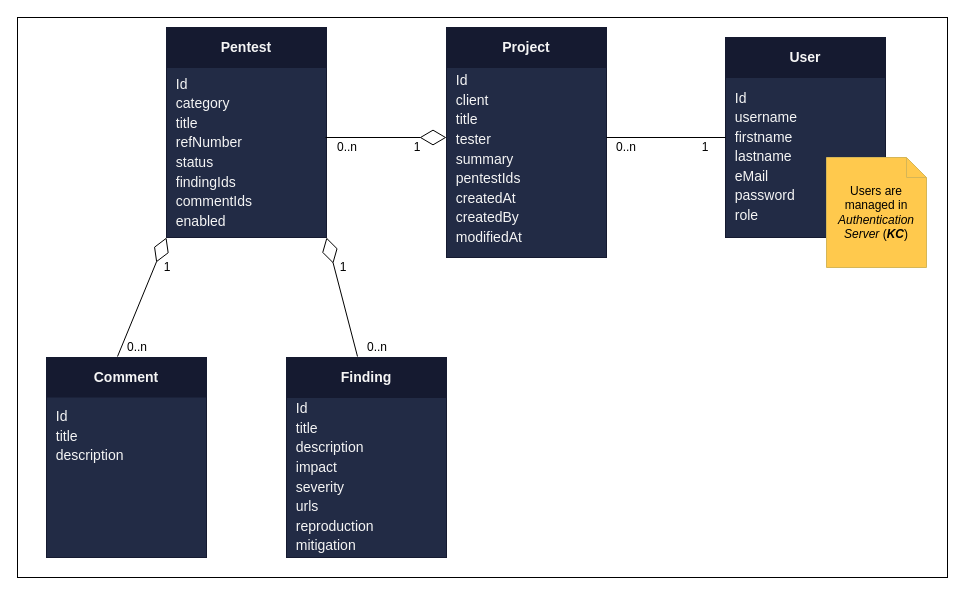
This is page "Datastructure" (2 of 5) of wiki/C4PO.drawio from marcel-haag/security-c4po, a draw.io file, before an edit. Source tidied: cells renumbered, new cells numbered last; positions are measured from the earlier drawing's top-left corner, leaving out a move shared by most shapes. Both pictures are drawn from the tidied source at 100%, with x=0, y=0 at pixel (17, 17).
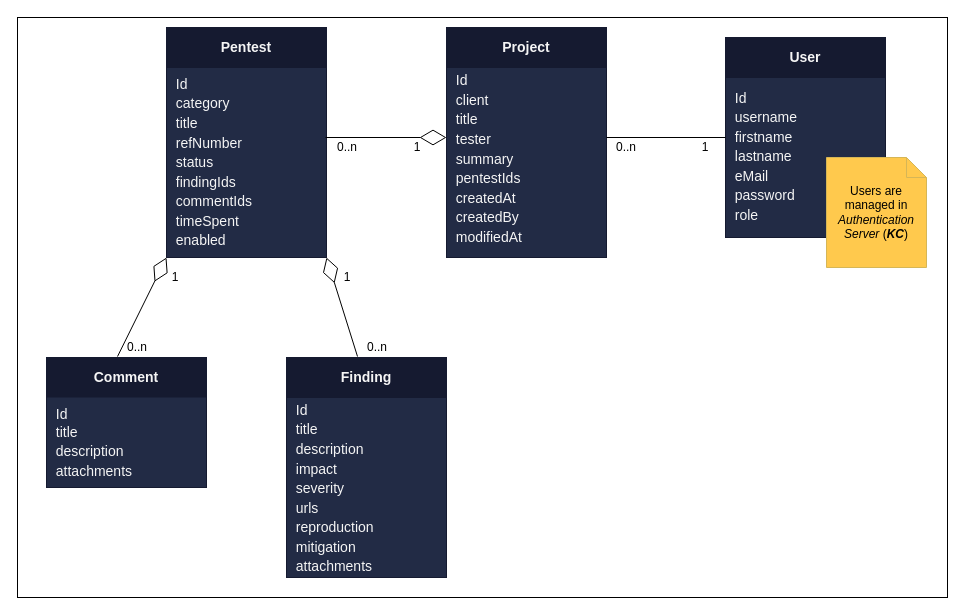
The same page after the edit.

Change to the diagram source:
```diff
@@
     <mxCell id="2" style="rounded=0;whiteSpace=wrap;html=1;" parent="1" vertex="1">
-      <mxGeometry width="930" height="560" as="geometry" />
+      <mxGeometry width="930" height="580" as="geometry" />
     </mxCell>
@@
-    <mxCell id="9" value="&lt;div&gt;&lt;span style=&quot;font-size: 14px&quot;&gt;&lt;font color=&quot;#f5f5f5&quot;&gt;&lt;br&gt;&lt;/font&gt;&lt;/span&gt;&lt;/div&gt;&lt;font style=&quot;font-size: 14px ; line-height: 140%&quot;&gt;&lt;div&gt;&lt;span&gt;&lt;font color=&quot;#f5f5f5&quot;&gt;&amp;nbsp; Id&lt;/font&gt;&lt;/span&gt;&lt;/div&gt;&lt;div&gt;&lt;span&gt;&lt;font color=&quot;#f5f5f5&quot;&gt;&amp;nbsp; title&lt;br&gt;&lt;/font&gt;&lt;/span&gt;&lt;/div&gt;&lt;div&gt;&lt;span&gt;&lt;font color=&quot;#f5f5f5&quot;&gt;&amp;nbsp; description&lt;/font&gt;&lt;/span&gt;&lt;/div&gt;&lt;div&gt;&lt;span&gt;&lt;font color=&quot;#f5f5f5&quot;&gt;&lt;br&gt;&lt;/font&gt;&lt;/span&gt;&lt;/div&gt;&lt;div&gt;&lt;span&gt;&lt;font color=&quot;#f5f5f5&quot;&gt;&lt;br&gt;&lt;/font&gt;&lt;/span&gt;&lt;/div&gt;&lt;div&gt;&lt;span&gt;&lt;br&gt;&lt;/span&gt;&lt;/div&gt;&lt;/font&gt;" style="rounded=0;whiteSpace=wrap;html=1;align=left;strokeColor=#151A30;fillColor=#222B45;" parent="1" vertex="1">
-      <mxGeometry x="29" y="340" width="160" height="200" as="geometry" />
+    <mxCell id="9" value="&lt;div&gt;&lt;span style=&quot;color: rgb(245 , 245 , 245) ; font-size: 14px&quot;&gt;&amp;nbsp;&amp;nbsp;&lt;/span&gt;&lt;/div&gt;&lt;div&gt;&lt;span style=&quot;color: rgb(245 , 245 , 245) ; font-size: 14px&quot;&gt;&lt;br&gt;&lt;/span&gt;&lt;/div&gt;&lt;div&gt;&lt;span style=&quot;color: rgb(245 , 245 , 245) ; font-size: 14px&quot;&gt;&lt;br&gt;&lt;/span&gt;&lt;/div&gt;&lt;div&gt;&lt;span style=&quot;color: rgb(245 , 245 , 245) ; font-size: 14px&quot;&gt;&lt;br&gt;&lt;/span&gt;&lt;/div&gt;&lt;div&gt;&lt;span style=&quot;color: rgb(245 , 245 , 245) ; font-size: 14px&quot;&gt;&lt;br&gt;&lt;/span&gt;&lt;/div&gt;&lt;div&gt;&lt;span style=&quot;color: rgb(245 , 245 , 245) ; font-size: 14px&quot;&gt;&lt;br&gt;&lt;/span&gt;&lt;/div&gt;&lt;div&gt;&lt;span style=&quot;color: rgb(245 , 245 , 245) ; font-size: 14px&quot;&gt;&amp;nbsp; Id&lt;/span&gt;&lt;br&gt;&lt;/div&gt;&lt;font style=&quot;font-size: 14px ; line-height: 140%&quot;&gt;&lt;div&gt;&lt;span&gt;&lt;font color=&quot;#f5f5f5&quot;&gt;&amp;nbsp; title&lt;br&gt;&lt;/font&gt;&lt;/span&gt;&lt;/div&gt;&lt;div&gt;&lt;span&gt;&lt;font color=&quot;#f5f5f5&quot;&gt;&amp;nbsp; description&lt;/font&gt;&lt;/span&gt;&lt;/div&gt;&lt;div&gt;&lt;span&gt;&lt;font color=&quot;#f5f5f5&quot;&gt;&amp;nbsp; attachments&lt;/font&gt;&lt;/span&gt;&lt;/div&gt;&lt;div&gt;&lt;br&gt;&lt;/div&gt;&lt;div&gt;&lt;br&gt;&lt;/div&gt;&lt;div&gt;&lt;br&gt;&lt;/div&gt;&lt;/font&gt;" style="rounded=0;whiteSpace=wrap;html=1;align=left;strokeColor=#151A30;fillColor=#222B45;" parent="1" vertex="1">
+      <mxGeometry x="29" y="340" width="160" height="130" as="geometry" />
     </mxCell>
@@
-    <mxCell id="11" value="&lt;div&gt;&lt;span style=&quot;font-size: 14px&quot;&gt;&lt;font color=&quot;#f5f5f5&quot;&gt;&lt;br&gt;&lt;/font&gt;&lt;/span&gt;&lt;/div&gt;&lt;div&gt;&lt;span style=&quot;font-size: 14px&quot;&gt;&lt;font color=&quot;#f5f5f5&quot;&gt;&lt;br&gt;&lt;/font&gt;&lt;/span&gt;&lt;/div&gt;&lt;div&gt;&lt;span style=&quot;font-size: 14px&quot;&gt;&lt;font color=&quot;#f5f5f5&quot;&gt;&lt;br&gt;&lt;/font&gt;&lt;/span&gt;&lt;/div&gt;&lt;font style=&quot;font-size: 14px ; line-height: 140%&quot; color=&quot;#f5f5f5&quot;&gt;&lt;div&gt;&lt;span&gt;&amp;nbsp; Id&lt;/span&gt;&lt;/div&gt;&lt;div&gt;&lt;span&gt;&amp;nbsp; category&amp;nbsp;&lt;/span&gt;&lt;/div&gt;&lt;div&gt;&amp;nbsp; title&lt;/div&gt;&lt;div&gt;&lt;span&gt;&amp;nbsp; refNumber&lt;/span&gt;&lt;/div&gt;&lt;div&gt;&lt;span&gt;&amp;nbsp; status&lt;/span&gt;&lt;/div&gt;&lt;div&gt;&lt;span&gt;&amp;nbsp; findingIds&lt;/span&gt;&lt;/div&gt;&lt;div&gt;&amp;nbsp; commentIds&lt;/div&gt;&lt;div&gt;&amp;nbsp; enabled&lt;/div&gt;&lt;div&gt;&amp;nbsp;&amp;nbsp;&lt;/div&gt;&lt;/font&gt;" style="rounded=0;whiteSpace=wrap;html=1;align=left;strokeColor=#151A30;fillColor=#222B45;" parent="1" vertex="1">
-      <mxGeometry x="149" y="20" width="160" height="200" as="geometry" />
+    <mxCell id="11" value="&lt;div&gt;&lt;span style=&quot;font-size: 14px&quot;&gt;&lt;font color=&quot;#f5f5f5&quot;&gt;&lt;br&gt;&lt;/font&gt;&lt;/span&gt;&lt;/div&gt;&lt;div&gt;&lt;span style=&quot;font-size: 14px&quot;&gt;&lt;font color=&quot;#f5f5f5&quot;&gt;&lt;br&gt;&lt;/font&gt;&lt;/span&gt;&lt;/div&gt;&lt;div&gt;&lt;span style=&quot;font-size: 14px&quot;&gt;&lt;font color=&quot;#f5f5f5&quot;&gt;&lt;br&gt;&lt;/font&gt;&lt;/span&gt;&lt;/div&gt;&lt;font style=&quot;font-size: 14px ; line-height: 140%&quot; color=&quot;#f5f5f5&quot;&gt;&lt;div&gt;&lt;span&gt;&amp;nbsp; Id&lt;/span&gt;&lt;/div&gt;&lt;div&gt;&lt;span&gt;&amp;nbsp; category&amp;nbsp;&lt;/span&gt;&lt;/div&gt;&lt;div&gt;&amp;nbsp; title&lt;/div&gt;&lt;div&gt;&lt;span&gt;&amp;nbsp; refNumber&lt;/span&gt;&lt;/div&gt;&lt;div&gt;&lt;span&gt;&amp;nbsp; status&lt;/span&gt;&lt;/div&gt;&lt;div&gt;&lt;span&gt;&amp;nbsp; findingIds&lt;/span&gt;&lt;/div&gt;&lt;div&gt;&amp;nbsp; commentIds&lt;/div&gt;&lt;div&gt;&amp;nbsp; timeSpent&lt;/div&gt;&lt;div&gt;&amp;nbsp; enabled&lt;/div&gt;&lt;div&gt;&amp;nbsp;&amp;nbsp;&lt;/div&gt;&lt;/font&gt;" style="rounded=0;whiteSpace=wrap;html=1;align=left;strokeColor=#151A30;fillColor=#222B45;" parent="1" vertex="1">
+      <mxGeometry x="149" y="20" width="160" height="220" as="geometry" />
     </mxCell>
@@
-    <mxCell id="14" value="&lt;div&gt;&lt;span style=&quot;font-size: 14px&quot;&gt;&lt;font color=&quot;#f5f5f5&quot;&gt;&lt;br&gt;&lt;/font&gt;&lt;/span&gt;&lt;/div&gt;&lt;div&gt;&lt;span style=&quot;font-size: 14px&quot;&gt;&lt;font color=&quot;#f5f5f5&quot;&gt;&lt;br&gt;&lt;/font&gt;&lt;/span&gt;&lt;/div&gt;&lt;div&gt;&lt;span style=&quot;font-size: 14px&quot;&gt;&lt;font color=&quot;#f5f5f5&quot;&gt;&lt;br&gt;&lt;/font&gt;&lt;/span&gt;&lt;/div&gt;&lt;div&gt;&lt;font color=&quot;#f5f5f5&quot;&gt;&lt;br&gt;&lt;/font&gt;&lt;/div&gt;&lt;div&gt;&lt;font color=&quot;#f5f5f5&quot;&gt;&lt;br&gt;&lt;/font&gt;&lt;/div&gt;&lt;font style=&quot;font-size: 14px ; line-height: 140%&quot; color=&quot;#f5f5f5&quot;&gt;&lt;div&gt;&lt;span&gt;&amp;nbsp; Id&lt;/span&gt;&lt;/div&gt;&lt;div&gt;&lt;span&gt;&amp;nbsp; title&lt;br&gt;&lt;/span&gt;&lt;/div&gt;&lt;div&gt;&amp;nbsp; description&lt;/div&gt;&lt;div&gt;&amp;nbsp; impact&lt;/div&gt;&lt;div&gt;&lt;span&gt;&amp;nbsp;&amp;nbsp;&lt;/span&gt;&lt;span&gt;severity&lt;/span&gt;&lt;/div&gt;&lt;div&gt;&lt;span&gt;&amp;nbsp; urls&lt;/span&gt;&lt;/div&gt;&amp;nbsp; reproduction&lt;br&gt;&amp;nbsp; mitigation&lt;br&gt;&lt;div&gt;&lt;span&gt;&amp;nbsp;&lt;/span&gt;&lt;/div&gt;&lt;div&gt;&lt;span&gt;&amp;nbsp;&amp;nbsp;&lt;/span&gt;&lt;/div&gt;&lt;/font&gt;" style="rounded=0;whiteSpace=wrap;html=1;align=left;strokeColor=#151A30;fillColor=#222B45;" parent="1" vertex="1">
-      <mxGeometry x="269" y="340" width="160" height="200" as="geometry" />
+    <mxCell id="14" value="&lt;div&gt;&lt;span style=&quot;font-size: 14px&quot;&gt;&lt;font color=&quot;#f5f5f5&quot;&gt;&lt;br&gt;&lt;/font&gt;&lt;/span&gt;&lt;/div&gt;&lt;div&gt;&lt;span style=&quot;font-size: 14px&quot;&gt;&lt;font color=&quot;#f5f5f5&quot;&gt;&lt;br&gt;&lt;/font&gt;&lt;/span&gt;&lt;/div&gt;&lt;div&gt;&lt;br&gt;&lt;/div&gt;&lt;div&gt;&lt;br&gt;&lt;/div&gt;&lt;font style=&quot;font-size: 14px ; line-height: 140%&quot; color=&quot;#f5f5f5&quot;&gt;&lt;div&gt;&lt;span&gt;&amp;nbsp; Id&lt;/span&gt;&lt;/div&gt;&lt;div&gt;&lt;span&gt;&amp;nbsp; title&lt;br&gt;&lt;/span&gt;&lt;/div&gt;&lt;div&gt;&amp;nbsp; description&lt;/div&gt;&lt;div&gt;&amp;nbsp; impact&lt;/div&gt;&lt;div&gt;&lt;span&gt;&amp;nbsp;&amp;nbsp;&lt;/span&gt;&lt;span&gt;severity&lt;/span&gt;&lt;/div&gt;&lt;div&gt;&lt;span&gt;&amp;nbsp; urls&lt;/span&gt;&lt;/div&gt;&amp;nbsp; reproduction&lt;br&gt;&amp;nbsp; mitigation&lt;br&gt;&amp;nbsp; attachments&lt;br&gt;&lt;div&gt;&lt;span&gt;&amp;nbsp;&amp;nbsp;&lt;/span&gt;&lt;/div&gt;&lt;/font&gt;" style="rounded=0;whiteSpace=wrap;html=1;align=left;strokeColor=#151A30;fillColor=#222B45;" parent="1" vertex="1">
+      <mxGeometry x="269" y="340" width="160" height="220" as="geometry" />
     </mxCell>
@@
     <mxCell id="21" value="1" style="text;html=1;strokeColor=none;fillColor=none;align=center;verticalAlign=middle;whiteSpace=wrap;rounded=0;" parent="1" vertex="1">
-      <mxGeometry x="306" y="240" width="40" height="20" as="geometry" />
+      <mxGeometry x="310" y="250" width="40" height="20" as="geometry" />
     </mxCell>
@@
     <mxCell id="23" value="1" style="text;html=1;strokeColor=none;fillColor=none;align=center;verticalAlign=middle;whiteSpace=wrap;rounded=0;" parent="1" vertex="1">
-      <mxGeometry x="130" y="240" width="40" height="20" as="geometry" />
+      <mxGeometry x="138" y="250" width="40" height="20" as="geometry" />
     </mxCell>
@@
+    <mxCell id="26" style="edgeStyle=orthogonalEdgeStyle;rounded=0;orthogonalLoop=1;jettySize=auto;html=1;exitX=0.5;exitY=1;exitDx=0;exitDy=0;" parent="1" edge="1" source="9" target="9">
+      <mxGeometry relative="1" as="geometry" />
+    </mxCell>
```
